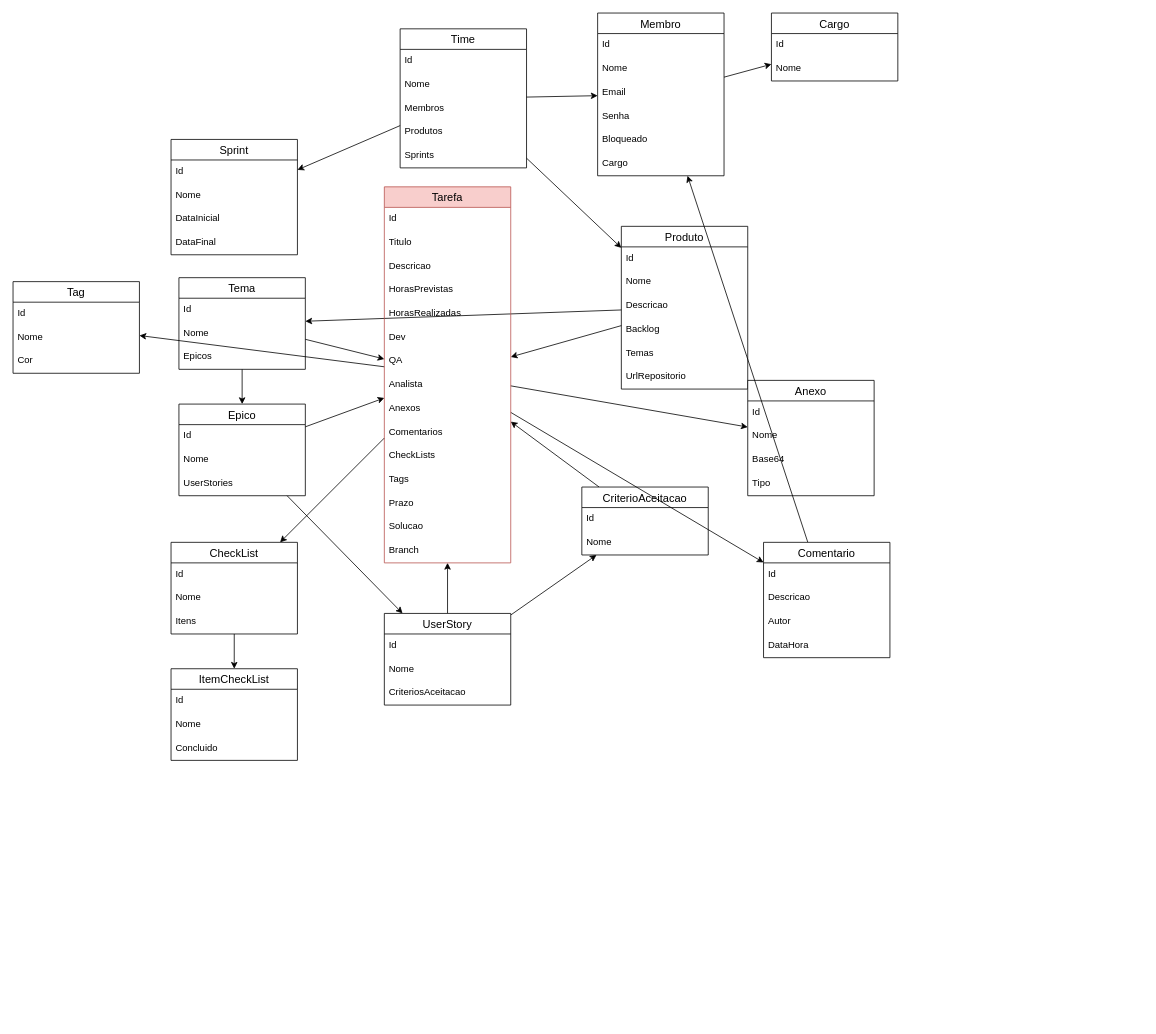
This is back-end/docs/Untitled Diagram.drawio from ddsdaniel/Agilis, a draw.io file, before an edit. Source tidied: cells renumbered, new cells numbered last; positions are measured from the earlier drawing's top-left corner, leaving out a move shared by most shapes. Both pictures are drawn from the tidied source at 79%, with x=0, y=0 at pixel (13, 13).
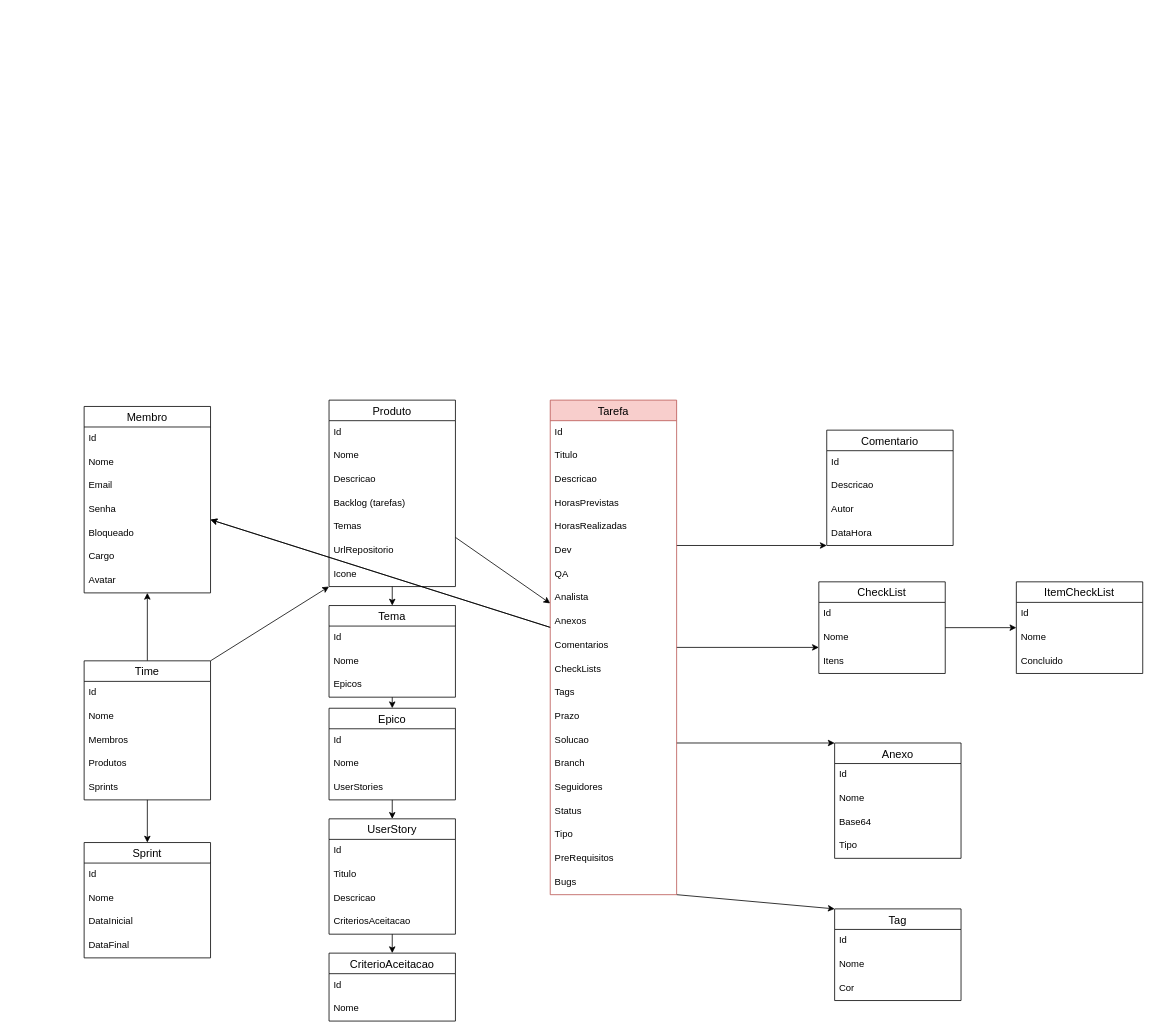
The same page after the edit.

Diff of the diagram source:
```diff
@@
     <mxCell id="2" value="Sprint" style="swimlane;fontStyle=0;horizontal=1;startSize=26;align=center;fontSize=14;" parent="1" vertex="1">
-      <mxGeometry x="200" y="160" width="160" height="146" as="geometry" />
+      <mxGeometry x="90" y="1050" width="160" height="146" as="geometry" />
     </mxCell>
@@
-    <mxCell id="7" style="edgeStyle=none;rounded=0;jettySize=auto;html=1;" parent="1" edge="1" source="9" target="35">
+    <mxCell id="7" style="edgeStyle=orthogonalEdgeStyle;rounded=0;jettySize=auto;html=1;orthogonal=1;noEdgeStyle=1;" parent="1" edge="1" source="9" target="35">
       <mxGeometry relative="1" as="geometry" />
     </mxCell>
-    <mxCell id="8" style="edgeStyle=none;rounded=0;jettySize=auto;html=1;" parent="1" edge="1" source="9" target="62">
+    <mxCell id="8" style="edgeStyle=orthogonalEdgeStyle;rounded=0;jettySize=auto;html=1;fontColor=#FF0000;noEdgeStyle=1;" parent="1" edge="1" source="9" target="62">
       <mxGeometry relative="1" as="geometry" />
     </mxCell>
     <mxCell id="9" value="Produto" style="swimlane;fontStyle=0;horizontal=1;startSize=26;align=center;fontSize=14;" parent="1" vertex="1">
-      <mxGeometry x="770" y="270" width="160" height="206" as="geometry" />
+      <mxGeometry x="400" y="490" width="160" height="236" as="geometry" />
     </mxCell>
@@
-    <mxCell id="13" value="Backlog" style="text;strokeColor=none;fillColor=none;spacingLeft=4;spacingRight=4;overflow=hidden;fontSize=12;" parent="9" vertex="1">
+    <mxCell id="13" value="Backlog (tarefas)" style="text;strokeColor=none;fillColor=none;spacingLeft=4;spacingRight=4;overflow=hidden;fontSize=12;" parent="9" vertex="1">
       <mxGeometry y="116" width="160" height="30" as="geometry" />
     </mxCell>
@@
+    <mxCell id="102" value="Icone" style="text;strokeColor=none;fillColor=none;spacingLeft=4;spacingRight=4;overflow=hidden;fontSize=12;" parent="9" vertex="1">
+      <mxGeometry y="206" width="160" height="30" as="geometry" />
+    </mxCell>
-    <mxCell id="16" style="edgeStyle=none;rounded=0;jettySize=auto;html=1;" parent="1" edge="1" source="19" target="26">
+    <mxCell id="16" style="rounded=0;jettySize=auto;html=1;orthogonal=1;edgeStyle=orthogonalEdgeStyle;noEdgeStyle=1;" parent="1" edge="1" source="19" target="26">
       <mxGeometry relative="1" as="geometry" />
     </mxCell>
-    <mxCell id="17" style="edgeStyle=none;rounded=0;jettySize=auto;html=1;" parent="1" edge="1" source="19" target="9">
+    <mxCell id="17" style="rounded=0;jettySize=auto;html=1;orthogonal=1;edgeStyle=orthogonalEdgeStyle;noEdgeStyle=1;" parent="1" edge="1" source="19" target="9">
       <mxGeometry relative="1" as="geometry" />
     </mxCell>
-    <mxCell id="18" style="edgeStyle=none;rounded=0;jettySize=auto;html=1;" parent="1" edge="1" source="19" target="2">
+    <mxCell id="18" style="rounded=0;jettySize=auto;html=1;orthogonal=1;edgeStyle=orthogonalEdgeStyle;noEdgeStyle=1;" parent="1" edge="1" source="19" target="2">
       <mxGeometry relative="1" as="geometry" />
     </mxCell>
     <mxCell id="19" value="Time" style="swimlane;fontStyle=0;horizontal=1;startSize=26;align=center;fontSize=14;" parent="1" vertex="1">
-      <mxGeometry x="490" y="20" width="160" height="176" as="geometry" />
+      <mxGeometry x="90" y="820" width="160" height="176" as="geometry" />
     </mxCell>
@@
-    <mxCell id="25" style="edgeStyle=none;rounded=0;jettySize=auto;html=1;" parent="1" edge="1" source="26" target="55">
-      <mxGeometry relative="1" as="geometry" />
-    </mxCell>
     <mxCell id="26" value="Membro" style="swimlane;fontStyle=0;horizontal=1;startSize=26;align=center;fontSize=14;" parent="1" vertex="1">
-      <mxGeometry x="740" width="160" height="206" as="geometry" />
+      <mxGeometry x="90" y="498" width="160" height="236" as="geometry" />
     </mxCell>
@@
+    <mxCell id="103" value="Avatar" style="text;strokeColor=none;fillColor=none;spacingLeft=4;spacingRight=4;overflow=hidden;fontSize=12;" parent="26" vertex="1">
+      <mxGeometry y="206" width="160" height="30" as="geometry" />
+    </mxCell>
-    <mxCell id="33" style="edgeStyle=none;rounded=0;jettySize=auto;html=1;" parent="1" edge="1" source="35" target="41">
+    <mxCell id="33" style="edgeStyle=orthogonalEdgeStyle;rounded=0;jettySize=auto;html=1;orthogonal=1;noEdgeStyle=1;" parent="1" edge="1" source="35" target="41">
       <mxGeometry relative="1" as="geometry" />
     </mxCell>
-    <mxCell id="34" style="edgeStyle=none;rounded=0;jettySize=auto;html=1;" parent="1" edge="1" source="35" target="62">
-      <mxGeometry relative="1" as="geometry" />
-    </mxCell>
     <mxCell id="35" value="Tema" style="swimlane;fontStyle=0;horizontal=1;startSize=26;align=center;fontSize=14;" parent="1" vertex="1">
-      <mxGeometry x="210" y="335" width="160" height="116" as="geometry" />
+      <mxGeometry x="400" y="750" width="160" height="116" as="geometry" />
     </mxCell>
@@
-    <mxCell id="39" style="edgeStyle=none;rounded=0;jettySize=auto;html=1;" parent="1" edge="1" source="41" target="47">
+    <mxCell id="39" style="edgeStyle=orthogonalEdgeStyle;rounded=0;jettySize=auto;html=1;noEdgeStyle=1;orthogonal=1;" parent="1" edge="1" source="41" target="47">
       <mxGeometry relative="1" as="geometry" />
     </mxCell>
-    <mxCell id="40" style="edgeStyle=none;rounded=0;jettySize=auto;html=1;" parent="1" edge="1" source="41" target="62">
-      <mxGeometry relative="1" as="geometry" />
-    </mxCell>
     <mxCell id="41" value="Epico" style="swimlane;fontStyle=0;horizontal=1;startSize=26;align=center;fontSize=14;" parent="1" vertex="1">
-      <mxGeometry x="210" y="495" width="160" height="116" as="geometry" />
+      <mxGeometry x="400" y="880" width="160" height="116" as="geometry" />
     </mxCell>
@@
-    <mxCell id="45" style="edgeStyle=none;rounded=0;jettySize=auto;html=1;" parent="1" edge="1" source="47" target="52">
+    <mxCell id="45" style="edgeStyle=orthogonalEdgeStyle;rounded=0;jettySize=auto;html=1;noEdgeStyle=1;orthogonal=1;" parent="1" edge="1" source="47" target="52">
       <mxGeometry relative="1" as="geometry" />
     </mxCell>
-    <mxCell id="46" style="edgeStyle=none;rounded=0;jettySize=auto;html=1;" parent="1" edge="1" source="47" target="62">
-      <mxGeometry relative="1" as="geometry" />
-    </mxCell>
     <mxCell id="47" value="UserStory" style="swimlane;fontStyle=0;horizontal=1;startSize=26;align=center;fontSize=14;" parent="1" vertex="1">
-      <mxGeometry x="470" y="760" width="160" height="116" as="geometry" />
+      <mxGeometry x="400" y="1020" width="160" height="146" as="geometry" />
     </mxCell>
@@
-    <mxCell id="49" value="Nome" style="text;strokeColor=none;fillColor=none;spacingLeft=4;spacingRight=4;overflow=hidden;fontSize=12;" parent="47" vertex="1">
+    <mxCell id="49" value="Titulo" style="text;strokeColor=none;fillColor=none;spacingLeft=4;spacingRight=4;overflow=hidden;fontSize=12;" parent="47" vertex="1">
       <mxGeometry y="56" width="160" height="30" as="geometry" />
     </mxCell>
+    <mxCell id="104" value="Descricao" style="text;strokeColor=none;fillColor=none;spacingLeft=4;spacingRight=4;overflow=hidden;fontSize=12;" parent="47" vertex="1">
+      <mxGeometry y="86" width="160" height="30" as="geometry" />
+    </mxCell>
     <mxCell id="50" value="CriteriosAceitacao" style="text;strokeColor=none;fillColor=none;spacingLeft=4;spacingRight=4;overflow=hidden;fontSize=12;" parent="47" vertex="1">
-      <mxGeometry y="86" width="160" height="30" as="geometry" />
+      <mxGeometry y="116" width="160" height="30" as="geometry" />
     </mxCell>
-    <mxCell id="51" style="edgeStyle=none;rounded=0;jettySize=auto;html=1;" parent="1" edge="1" source="52" target="62">
-      <mxGeometry relative="1" as="geometry" />
-    </mxCell>
     <mxCell id="52" value="CriterioAceitacao" style="swimlane;fontStyle=0;horizontal=1;startSize=26;align=center;fontSize=14;" parent="1" vertex="1">
-      <mxGeometry x="720" y="600" width="160" height="86" as="geometry" />
+      <mxGeometry x="400" y="1190" width="160" height="86" as="geometry" />
     </mxCell>
@@
-    <mxCell id="55" value="Cargo" style="swimlane;fontStyle=0;horizontal=1;startSize=26;align=center;fontSize=14;" parent="1" vertex="1">
-      <mxGeometry x="960" width="160" height="86" as="geometry" />
-    </mxCell>
-    <mxCell id="56" value="Id" style="text;strokeColor=none;fillColor=none;spacingLeft=4;spacingRight=4;overflow=hidden;fontSize=12;" parent="55" vertex="1">
-      <mxGeometry y="26" width="160" height="30" as="geometry" />
-    </mxCell>
-    <mxCell id="57" value="Nome" style="text;strokeColor=none;fillColor=none;spacingLeft=4;spacingRight=4;overflow=hidden;fontSize=12;" parent="55" vertex="1">
-      <mxGeometry y="56" width="160" height="30" as="geometry" />
-    </mxCell>
-    <mxCell id="58" style="edgeStyle=none;rounded=0;jettySize=auto;html=1;fontColor=#FF0000;" parent="1" edge="1" source="62" target="78">
+    <mxCell id="58" style="edgeStyle=orthogonalEdgeStyle;rounded=0;jettySize=auto;html=1;fontColor=#FF0000;noEdgeStyle=1;orthogonal=1;" parent="1" edge="1" source="62" target="78">
       <mxGeometry relative="1" as="geometry" />
     </mxCell>
-    <mxCell id="59" style="edgeStyle=none;rounded=0;jettySize=auto;html=1;fontColor=#FF0000;" parent="1" edge="1" source="62" target="84">
+    <mxCell id="59" style="edgeStyle=orthogonalEdgeStyle;rounded=0;jettySize=auto;html=1;fontColor=#FF0000;orthogonal=1;noEdgeStyle=1;" parent="1" edge="1" source="62" target="84">
       <mxGeometry relative="1" as="geometry" />
     </mxCell>
-    <mxCell id="60" style="edgeStyle=none;rounded=0;jettySize=auto;html=1;fontColor=#FF0000;" parent="1" edge="1" source="62" target="90">
+    <mxCell id="60" style="edgeStyle=orthogonalEdgeStyle;rounded=0;jettySize=auto;html=1;fontColor=#FF0000;noEdgeStyle=1;orthogonal=1;" parent="1" edge="1" source="62" target="90">
       <mxGeometry relative="1" as="geometry" />
     </mxCell>
-    <mxCell id="61" style="edgeStyle=none;rounded=0;jettySize=auto;html=1;fontColor=#FF0000;" parent="1" edge="1" source="62" target="98">
+    <mxCell id="61" style="edgeStyle=orthogonalEdgeStyle;rounded=0;jettySize=auto;html=1;fontColor=#FF0000;orthogonal=1;noEdgeStyle=1;" parent="1" edge="1" source="62" target="98">
       <mxGeometry relative="1" as="geometry" />
     </mxCell>
-    <mxCell id="62" value="Tarefa" style="swimlane;fontStyle=0;horizontal=1;startSize=26;align=center;fontSize=14;fillColor=#f8cecc;strokeColor=#b85450;" parent="1" vertex="1">
-      <mxGeometry x="470" y="220" width="160" height="476" as="geometry" />
-    </mxCell>
-    <mxCell id="63" value="Id" style="text;strokeColor=none;fillColor=none;spacingLeft=4;spacingRight=4;overflow=hidden;fontSize=12;" parent="62" vertex="1">
-      <mxGeometry y="26" width="160" height="30" as="geometry" />
-    </mxCell>
-    <mxCell id="64" value="Titulo" style="text;strokeColor=none;fillColor=none;spacingLeft=4;spacingRight=4;overflow=hidden;fontSize=12;" parent="62" vertex="1">
-      <mxGeometry y="56" width="160" height="30" as="geometry" />
-    </mxCell>
-    <mxCell id="65" value="Descricao" style="text;strokeColor=none;fillColor=none;spacingLeft=4;spacingRight=4;overflow=hidden;fontSize=12;" parent="62" vertex="1">
-      <mxGeometry y="86" width="160" height="30" as="geometry" />
-    </mxCell>
-    <mxCell id="66" value="HorasPrevistas" style="text;strokeColor=none;fillColor=none;spacingLeft=4;spacingRight=4;overflow=hidden;fontSize=12;" parent="62" vertex="1">
-      <mxGeometry y="116" width="160" height="30" as="geometry" />
-    </mxCell>
-    <mxCell id="67" value="HorasRealizadas" style="text;strokeColor=none;fillColor=none;spacingLeft=4;spacingRight=4;overflow=hidden;fontSize=12;" parent="62" vertex="1">
-      <mxGeometry y="146" width="160" height="30" as="geometry" />
-    </mxCell>
-    <mxCell id="68" value="Dev" style="text;strokeColor=none;fillColor=none;spacingLeft=4;spacingRight=4;overflow=hidden;fontSize=12;" parent="62" vertex="1">
-      <mxGeometry y="176" width="160" height="30" as="geometry" />
-    </mxCell>
-    <mxCell id="69" value="QA" style="text;strokeColor=none;fillColor=none;spacingLeft=4;spacingRight=4;overflow=hidden;fontSize=12;" parent="62" vertex="1">
-      <mxGeometry y="206" width="160" height="30" as="geometry" />
-    </mxCell>
-    <mxCell id="70" value="Analista" style="text;strokeColor=none;fillColor=none;spacingLeft=4;spacingRight=4;overflow=hidden;fontSize=12;" parent="62" vertex="1">
-      <mxGeometry y="236" width="160" height="30" as="geometry" />
-    </mxCell>
-    <mxCell id="71" value="Anexos" style="text;strokeColor=none;fillColor=none;spacingLeft=4;spacingRight=4;overflow=hidden;fontSize=12;" parent="62" vertex="1">
-      <mxGeometry y="266" width="160" height="30" as="geometry" />
-    </mxCell>
-    <mxCell id="72" value="Comentarios" style="text;strokeColor=none;fillColor=none;spacingLeft=4;spacingRight=4;overflow=hidden;fontSize=12;" parent="62" vertex="1">
-      <mxGeometry y="296" width="160" height="30" as="geometry" />
-    </mxCell>
-    <mxCell id="73" value="CheckLists" style="text;strokeColor=none;fillColor=none;spacingLeft=4;spacingRight=4;overflow=hidden;fontSize=12;" parent="62" vertex="1">
-      <mxGeometry y="326" width="160" height="30" as="geometry" />
-    </mxCell>
-    <mxCell id="74" value="Tags" style="text;strokeColor=none;fillColor=none;spacingLeft=4;spacingRight=4;overflow=hidden;fontSize=12;" parent="62" vertex="1">
-      <mxGeometry y="356" width="160" height="30" as="geometry" />
-    </mxCell>
-    <mxCell id="75" value="Prazo" style="text;strokeColor=none;fillColor=none;spacingLeft=4;spacingRight=4;overflow=hidden;fontSize=12;" parent="62" vertex="1">
-      <mxGeometry y="386" width="160" height="30" as="geometry" />
-    </mxCell>
-    <mxCell id="76" value="Solucao" style="text;strokeColor=none;fillColor=none;spacingLeft=4;spacingRight=4;overflow=hidden;fontSize=12;" parent="62" vertex="1">
-      <mxGeometry y="416" width="160" height="30" as="geometry" />
-    </mxCell>
-    <mxCell id="77" value="Branch" style="text;strokeColor=none;fillColor=none;spacingLeft=4;spacingRight=4;overflow=hidden;fontSize=12;" parent="62" vertex="1">
-      <mxGeometry y="446" width="160" height="30" as="geometry" />
-    </mxCell>
+    <mxCell id="105" style="rounded=0;jettySize=auto;html=1;fontColor=#FF0000;" parent="1" edge="1" source="62" target="26">
+      <mxGeometry relative="1" as="geometry" />
+    </mxCell>
     <mxCell id="78" value="Anexo" style="swimlane;fontStyle=0;horizontal=1;startSize=26;align=center;fontSize=14;" parent="1" vertex="1">
-      <mxGeometry x="930" y="465" width="160" height="146" as="geometry" />
+      <mxGeometry x="1040" y="924" width="160" height="146" as="geometry" />
     </mxCell>
@@
-    <mxCell id="83" style="edgeStyle=none;rounded=0;jettySize=auto;html=1;fontColor=#FF0000;" parent="1" edge="1" source="84" target="26">
-      <mxGeometry relative="1" as="geometry" />
-    </mxCell>
     <mxCell id="84" value="Comentario" style="swimlane;fontStyle=0;horizontal=1;startSize=26;align=center;fontSize=14;" parent="1" vertex="1">
-      <mxGeometry x="950" y="670" width="160" height="146" as="geometry" />
+      <mxGeometry x="1030" y="528" width="160" height="146" as="geometry" />
     </mxCell>
@@
-    <mxCell id="89" style="edgeStyle=none;rounded=0;jettySize=auto;html=1;fontColor=#FF0000;" parent="1" edge="1" source="90" target="94">
+    <mxCell id="89" style="edgeStyle=orthogonalEdgeStyle;rounded=0;jettySize=auto;html=1;fontColor=#FF0000;orthogonal=1;noEdgeStyle=1;" parent="1" edge="1" source="90" target="94">
       <mxGeometry relative="1" as="geometry" />
     </mxCell>
     <mxCell id="90" value="CheckList" style="swimlane;fontStyle=0;horizontal=1;startSize=26;align=center;fontSize=14;" parent="1" vertex="1">
-      <mxGeometry x="200" y="670" width="160" height="116" as="geometry" />
+      <mxGeometry x="1020" y="720" width="160" height="116" as="geometry" />
     </mxCell>
@@
     <mxCell id="94" value="ItemCheckList" style="swimlane;fontStyle=0;horizontal=1;startSize=26;align=center;fontSize=14;" parent="1" vertex="1">
-      <mxGeometry x="200" y="830" width="160" height="116" as="geometry" />
+      <mxGeometry x="1270" y="720" width="160" height="116" as="geometry" />
     </mxCell>
@@
     <mxCell id="98" value="Tag" style="swimlane;fontStyle=0;horizontal=1;startSize=26;align=center;fontSize=14;" parent="1" vertex="1">
-      <mxGeometry y="340" width="160" height="116" as="geometry" />
+      <mxGeometry x="1040" y="1134" width="160" height="116" as="geometry" />
     </mxCell>
@@
+    <mxCell id="106" style="edgeStyle=none;rounded=0;jettySize=auto;html=1;fontColor=#FF0000;" parent="1" edge="1" source="62" target="26">
+      <mxGeometry relative="1" as="geometry" />
+    </mxCell>
+    <mxCell id="62" value="Tarefa" style="swimlane;fontStyle=0;horizontal=1;startSize=26;align=center;fontSize=14;fillColor=#f8cecc;strokeColor=#b85450;" parent="1" vertex="1">
+      <mxGeometry x="680" y="490" width="160" height="626" as="geometry" />
+    </mxCell>
+    <mxCell id="63" value="Id" style="text;strokeColor=none;fillColor=none;spacingLeft=4;spacingRight=4;overflow=hidden;fontSize=12;" parent="62" vertex="1">
+      <mxGeometry y="26" width="160" height="30" as="geometry" />
+    </mxCell>
+    <mxCell id="64" value="Titulo" style="text;strokeColor=none;fillColor=none;spacingLeft=4;spacingRight=4;overflow=hidden;fontSize=12;" parent="62" vertex="1">
+      <mxGeometry y="56" width="160" height="30" as="geometry" />
+    </mxCell>
+    <mxCell id="65" value="Descricao" style="text;strokeColor=none;fillColor=none;spacingLeft=4;spacingRight=4;overflow=hidden;fontSize=12;" parent="62" vertex="1">
+      <mxGeometry y="86" width="160" height="30" as="geometry" />
+    </mxCell>
+    <mxCell id="66" value="HorasPrevistas" style="text;strokeColor=none;fillColor=none;spacingLeft=4;spacingRight=4;overflow=hidden;fontSize=12;" parent="62" vertex="1">
+      <mxGeometry y="116" width="160" height="30" as="geometry" />
+    </mxCell>
+    <mxCell id="67" value="HorasRealizadas" style="text;strokeColor=none;fillColor=none;spacingLeft=4;spacingRight=4;overflow=hidden;fontSize=12;" parent="62" vertex="1">
+      <mxGeometry y="146" width="160" height="30" as="geometry" />
+    </mxCell>
+    <mxCell id="68" value="Dev" style="text;strokeColor=none;fillColor=none;spacingLeft=4;spacingRight=4;overflow=hidden;fontSize=12;" parent="62" vertex="1">
+      <mxGeometry y="176" width="160" height="30" as="geometry" />
+    </mxCell>
+    <mxCell id="69" value="QA" style="text;strokeColor=none;fillColor=none;spacingLeft=4;spacingRight=4;overflow=hidden;fontSize=12;" parent="62" vertex="1">
+      <mxGeometry y="206" width="160" height="30" as="geometry" />
+    </mxCell>
+    <mxCell id="70" value="Analista" style="text;strokeColor=none;fillColor=none;spacingLeft=4;spacingRight=4;overflow=hidden;fontSize=12;" parent="62" vertex="1">
+      <mxGeometry y="236" width="160" height="30" as="geometry" />
+    </mxCell>
+    <mxCell id="71" value="Anexos" style="text;strokeColor=none;fillColor=none;spacingLeft=4;spacingRight=4;overflow=hidden;fontSize=12;" parent="62" vertex="1">
+      <mxGeometry y="266" width="160" height="30" as="geometry" />
+    </mxCell>
+    <mxCell id="72" value="Comentarios" style="text;strokeColor=none;fillColor=none;spacingLeft=4;spacingRight=4;overflow=hidden;fontSize=12;" parent="62" vertex="1">
+      <mxGeometry y="296" width="160" height="30" as="geometry" />
+    </mxCell>
+    <mxCell id="73" value="CheckLists" style="text;strokeColor=none;fillColor=none;spacingLeft=4;spacingRight=4;overflow=hidden;fontSize=12;" parent="62" vertex="1">
+      <mxGeometry y="326" width="160" height="30" as="geometry" />
+    </mxCell>
+    <mxCell id="74" value="Tags" style="text;strokeColor=none;fillColor=none;spacingLeft=4;spacingRight=4;overflow=hidden;fontSize=12;" parent="62" vertex="1">
+      <mxGeometry y="356" width="160" height="30" as="geometry" />
+    </mxCell>
+    <mxCell id="75" value="Prazo" style="text;strokeColor=none;fillColor=none;spacingLeft=4;spacingRight=4;overflow=hidden;fontSize=12;" parent="62" vertex="1">
+      <mxGeometry y="386" width="160" height="30" as="geometry" />
+    </mxCell>
+    <mxCell id="76" value="Solucao" style="text;strokeColor=none;fillColor=none;spacingLeft=4;spacingRight=4;overflow=hidden;fontSize=12;" parent="62" vertex="1">
+      <mxGeometry y="416" width="160" height="30" as="geometry" />
+    </mxCell>
+    <mxCell id="77" value="Branch" style="text;strokeColor=none;fillColor=none;spacingLeft=4;spacingRight=4;overflow=hidden;fontSize=12;" parent="62" vertex="1">
+      <mxGeometry y="446" width="160" height="30" as="geometry" />
+    </mxCell>
+    <mxCell id="107" value="Seguidores" style="text;strokeColor=none;fillColor=none;spacingLeft=4;spacingRight=4;overflow=hidden;fontSize=12;" parent="62" vertex="1">
+      <mxGeometry y="476" width="160" height="30" as="geometry" />
+    </mxCell>
+    <mxCell id="108" value="Status" style="text;strokeColor=none;fillColor=none;spacingLeft=4;spacingRight=4;overflow=hidden;fontSize=12;" parent="62" vertex="1">
+      <mxGeometry y="506" width="160" height="30" as="geometry" />
+    </mxCell>
+    <mxCell id="109" value="Tipo" style="text;strokeColor=none;fillColor=none;spacingLeft=4;spacingRight=4;overflow=hidden;fontSize=12;" parent="62" vertex="1">
+      <mxGeometry y="536" width="160" height="30" as="geometry" />
+    </mxCell>
+    <mxCell id="110" value="PreRequisitos" style="text;strokeColor=none;fillColor=none;spacingLeft=4;spacingRight=4;overflow=hidden;fontSize=12;" parent="62" vertex="1">
+      <mxGeometry y="566" width="160" height="30" as="geometry" />
+    </mxCell>
+    <mxCell id="111" style="edgeStyle=none;rounded=0;jettySize=auto;html=1;fontColor=#FF0000;" parent="62" edge="1" source="112" target="62">
+      <mxGeometry relative="1" as="geometry" />
+    </mxCell>
+    <mxCell id="112" value="Bugs" style="text;strokeColor=none;fillColor=none;spacingLeft=4;spacingRight=4;overflow=hidden;points=[[0,0.5],[1,0.5]];portConstraint=eastwest;fontSize=12;" parent="62" vertex="1">
+      <mxGeometry y="596" width="160" height="30" as="geometry" />
+    </mxCell>
```
